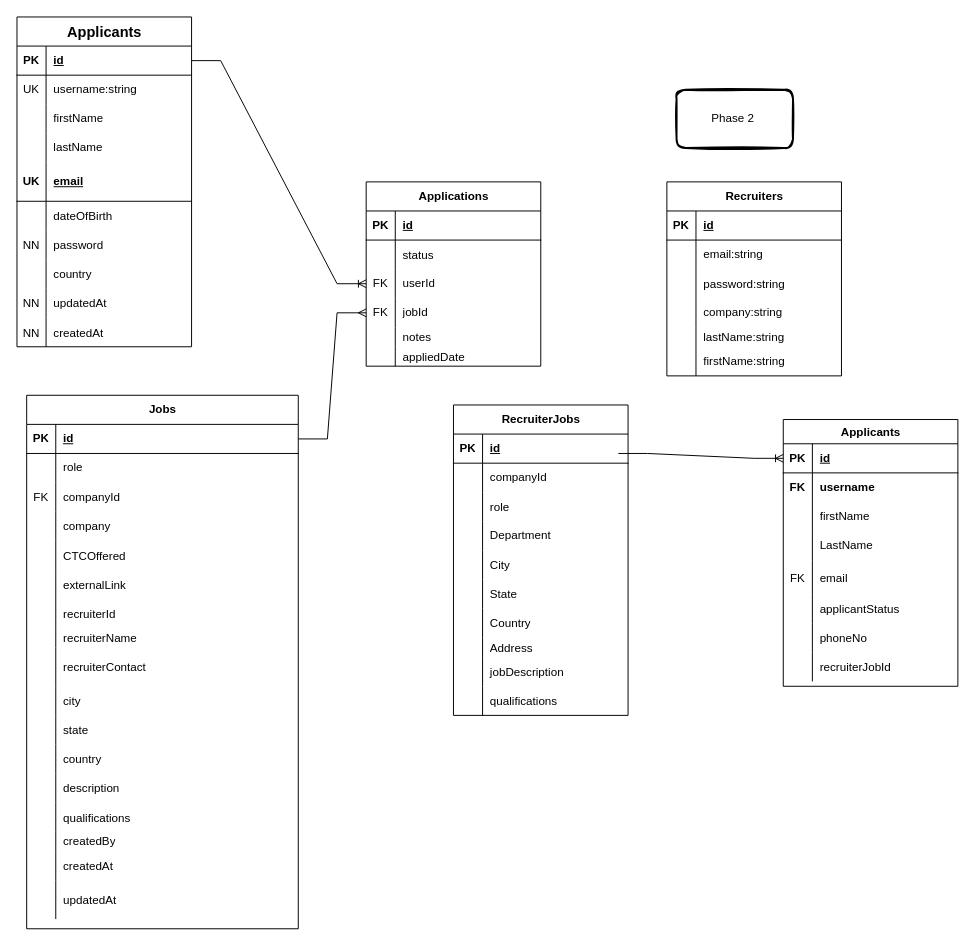
Before: CandidateERDiagram.drawio in reynadess/job-application-tracker, a draw.io diagram. Source tidied: cells renumbered, new cells numbered last; positions are measured from the earlier drawing's top-left corner, leaving out a move shared by most shapes. Both pictures are drawn from the tidied source at 97%, with x=0, y=0 at pixel (16, 16).
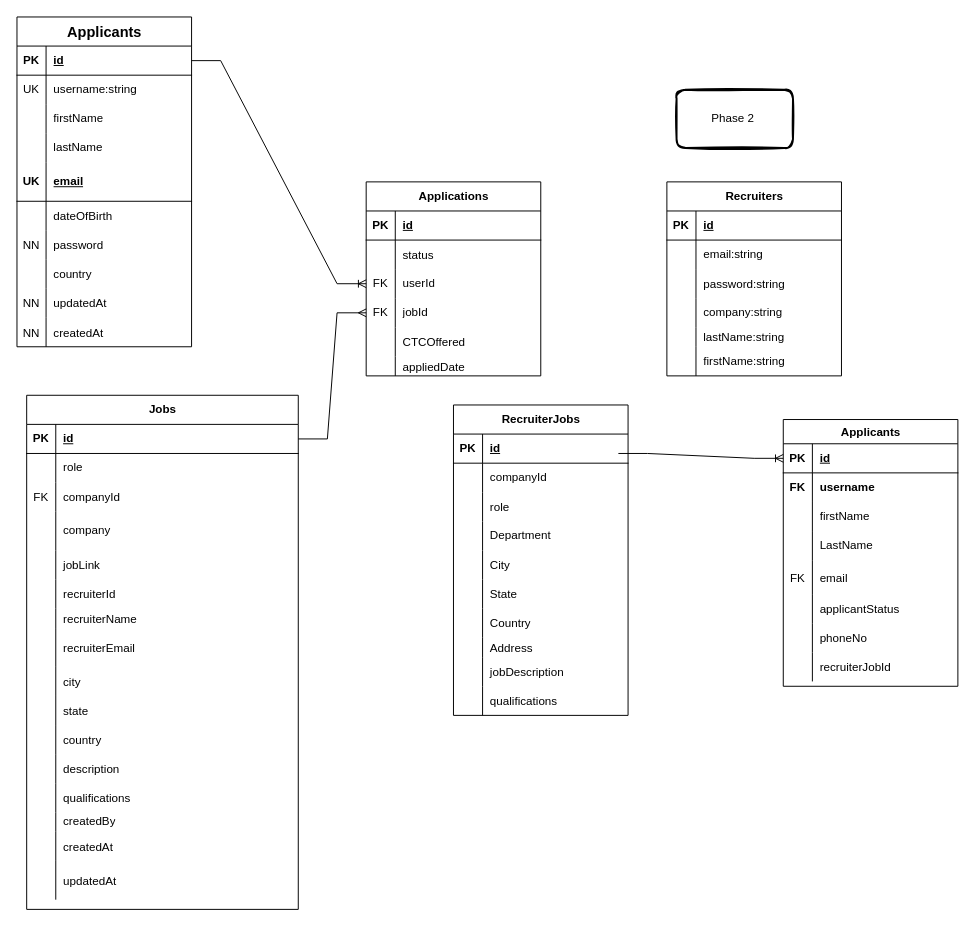
Above is the later version.

The edit, as a diff of the source:
```diff
@@
     <mxCell id="27" value="Jobs" style="shape=table;startSize=30;childLayout=tableLayout;rowLines=0;fontStyle=1;align=center;html=1;" parent="1" vertex="1">
-      <mxGeometry x="10" y="390" width="280" height="550" as="geometry" />
+      <mxGeometry x="10" y="390" width="280" height="530" as="geometry" />
     </mxCell>
@@
     <mxCell id="37" style="shape=tableRow;horizontal=0;startSize=0;swimlaneHead=0;swimlaneBody=0;fillColor=none;top=0;left=0;right=0;bottom=0;" parent="27" vertex="1">
-      <mxGeometry y="120" width="280" height="30" as="geometry" />
+      <mxGeometry y="120" width="280" height="40" as="geometry" />
     </mxCell>
     <mxCell id="38" style="shape=partialRectangle;fillColor=none;top=0;left=0;bottom=0;right=0;overflow=hidden;whiteSpace=wrap;html=1;" parent="37" vertex="1">
-      <mxGeometry width="30" height="30" as="geometry" />
+      <mxGeometry width="30" height="40" as="geometry" />
     </mxCell>
     <mxCell id="39" value="company" style="shape=partialRectangle;fillColor=none;top=0;left=0;bottom=0;right=0;align=left;spacingLeft=6;overflow=hidden;whiteSpace=wrap;html=1;" parent="37" vertex="1">
-      <mxGeometry x="30" width="250" height="30" as="geometry" />
+      <mxGeometry x="30" width="250" height="40" as="geometry" />
     </mxCell>
-    <mxCell id="40" style="shape=tableRow;horizontal=0;startSize=0;swimlaneHead=0;swimlaneBody=0;fillColor=none;top=0;left=0;right=0;bottom=0;" parent="27" vertex="1">
-      <mxGeometry y="150" width="280" height="30" as="geometry" />
-    </mxCell>
-    <mxCell id="41" style="shape=partialRectangle;fillColor=none;top=0;left=0;bottom=0;right=0;overflow=hidden;" parent="40" vertex="1">
-      <mxGeometry width="30" height="30" as="geometry" />
-    </mxCell>
-    <mxCell id="42" value="CTCOffered" style="shape=partialRectangle;fillColor=none;top=0;left=0;bottom=0;right=0;align=left;spacingLeft=6;overflow=hidden;" parent="40" vertex="1">
-      <mxGeometry x="30" width="250" height="30" as="geometry" />
-    </mxCell>
     <mxCell id="43" style="shape=tableRow;horizontal=0;startSize=0;swimlaneHead=0;swimlaneBody=0;fillColor=none;top=0;left=0;right=0;bottom=0;" parent="27" vertex="1">
-      <mxGeometry y="180" width="280" height="30" as="geometry" />
+      <mxGeometry y="160" width="280" height="30" as="geometry" />
     </mxCell>
@@
-    <mxCell id="45" value="externalLink" style="shape=partialRectangle;fillColor=none;top=0;left=0;bottom=0;right=0;align=left;spacingLeft=6;overflow=hidden;" parent="43" vertex="1">
+    <mxCell id="45" value="jobLink" style="shape=partialRectangle;fillColor=none;top=0;left=0;bottom=0;right=0;align=left;spacingLeft=6;overflow=hidden;" parent="43" vertex="1">
       <mxGeometry x="30" width="250" height="30" as="geometry" />
     </mxCell>
     <mxCell id="46" style="shape=tableRow;horizontal=0;startSize=0;swimlaneHead=0;swimlaneBody=0;fillColor=none;top=0;left=0;right=0;bottom=0;" parent="27" vertex="1">
-      <mxGeometry y="210" width="280" height="30" as="geometry" />
+      <mxGeometry y="190" width="280" height="30" as="geometry" />
     </mxCell>
@@
     <mxCell id="49" style="shape=tableRow;horizontal=0;startSize=0;swimlaneHead=0;swimlaneBody=0;fillColor=none;top=0;left=0;right=0;bottom=0;" parent="27" vertex="1">
-      <mxGeometry y="240" width="280" height="20" as="geometry" />
+      <mxGeometry y="220" width="280" height="20" as="geometry" />
     </mxCell>
@@
     <mxCell id="52" style="shape=tableRow;horizontal=0;startSize=0;swimlaneHead=0;swimlaneBody=0;fillColor=none;top=0;left=0;right=0;bottom=0;" parent="27" vertex="1">
-      <mxGeometry y="260" width="280" height="40" as="geometry" />
+      <mxGeometry y="240" width="280" height="40" as="geometry" />
     </mxCell>
@@
-    <mxCell id="54" value="recruiterContact" style="shape=partialRectangle;fillColor=none;top=0;left=0;bottom=0;right=0;align=left;spacingLeft=6;overflow=hidden;" parent="52" vertex="1">
+    <mxCell id="54" value="recruiterEmail" style="shape=partialRectangle;fillColor=none;top=0;left=0;bottom=0;right=0;align=left;spacingLeft=6;overflow=hidden;" parent="52" vertex="1">
       <mxGeometry x="30" width="250" height="40" as="geometry" />
     </mxCell>
     <mxCell id="55" style="shape=tableRow;horizontal=0;startSize=0;swimlaneHead=0;swimlaneBody=0;fillColor=none;top=0;left=0;right=0;bottom=0;" parent="27" vertex="1">
-      <mxGeometry y="300" width="280" height="30" as="geometry" />
+      <mxGeometry y="280" width="280" height="30" as="geometry" />
     </mxCell>
@@
     <mxCell id="58" style="shape=tableRow;horizontal=0;startSize=0;swimlaneHead=0;swimlaneBody=0;fillColor=none;top=0;left=0;right=0;bottom=0;" parent="27" vertex="1">
-      <mxGeometry y="330" width="280" height="30" as="geometry" />
+      <mxGeometry y="310" width="280" height="30" as="geometry" />
     </mxCell>
@@
     <mxCell id="61" style="shape=tableRow;horizontal=0;startSize=0;swimlaneHead=0;swimlaneBody=0;fillColor=none;top=0;left=0;right=0;bottom=0;" parent="27" vertex="1">
-      <mxGeometry y="360" width="280" height="30" as="geometry" />
+      <mxGeometry y="340" width="280" height="30" as="geometry" />
     </mxCell>
@@
     <mxCell id="64" style="shape=tableRow;horizontal=0;startSize=0;swimlaneHead=0;swimlaneBody=0;fillColor=none;top=0;left=0;right=0;bottom=0;" parent="27" vertex="1">
-      <mxGeometry y="390" width="280" height="30" as="geometry" />
+      <mxGeometry y="370" width="280" height="30" as="geometry" />
     </mxCell>
@@
     <mxCell id="67" style="shape=tableRow;horizontal=0;startSize=0;swimlaneHead=0;swimlaneBody=0;fillColor=none;top=0;left=0;right=0;bottom=0;" parent="27" vertex="1">
-      <mxGeometry y="420" width="280" height="30" as="geometry" />
+      <mxGeometry y="400" width="280" height="30" as="geometry" />
     </mxCell>
@@
     <mxCell id="70" style="shape=tableRow;horizontal=0;startSize=0;swimlaneHead=0;swimlaneBody=0;fillColor=none;top=0;left=0;right=0;bottom=0;" parent="27" vertex="1">
-      <mxGeometry y="450" width="280" height="20" as="geometry" />
+      <mxGeometry y="430" width="280" height="20" as="geometry" />
     </mxCell>
@@
     <mxCell id="73" style="shape=tableRow;horizontal=0;startSize=0;swimlaneHead=0;swimlaneBody=0;fillColor=none;top=0;left=0;right=0;bottom=0;" parent="27" vertex="1">
-      <mxGeometry y="470" width="280" height="30" as="geometry" />
+      <mxGeometry y="450" width="280" height="30" as="geometry" />
     </mxCell>
@@
     <mxCell id="76" style="shape=tableRow;horizontal=0;startSize=0;swimlaneHead=0;swimlaneBody=0;fillColor=none;top=0;left=0;right=0;bottom=0;" parent="27" vertex="1">
-      <mxGeometry y="500" width="280" height="40" as="geometry" />
+      <mxGeometry y="480" width="280" height="40" as="geometry" />
     </mxCell>
@@
     <mxCell id="163" value="Applications" style="shape=table;startSize=30;childLayout=tableLayout;rowLines=0;fontStyle=1;align=center;html=1;" parent="1" vertex="1">
-      <mxGeometry x="360" y="170" width="180" height="190" as="geometry" />
+      <mxGeometry x="360" y="170" width="180" height="200" as="geometry" />
     </mxCell>
@@
-    <mxCell id="176" style="shape=tableRow;horizontal=0;startSize=0;swimlaneHead=0;swimlaneBody=0;fillColor=none;top=0;left=0;right=0;bottom=0;" parent="163" vertex="1">
-      <mxGeometry y="150" width="180" height="20" as="geometry" />
-    </mxCell>
-    <mxCell id="177" style="shape=partialRectangle;fillColor=none;top=0;left=0;bottom=0;right=0;overflow=hidden;" parent="176" vertex="1">
-      <mxGeometry width="30" height="20" as="geometry" />
-    </mxCell>
-    <mxCell id="178" value="notes" style="shape=partialRectangle;fillColor=none;top=0;left=0;bottom=0;right=0;align=left;spacingLeft=6;overflow=hidden;" parent="176" vertex="1">
-      <mxGeometry x="30" width="150" height="20" as="geometry" />
-    </mxCell>
+    <mxCell id="40" style="shape=tableRow;horizontal=0;startSize=0;swimlaneHead=0;swimlaneBody=0;fillColor=none;top=0;left=0;right=0;bottom=0;" parent="163" vertex="1">
+      <mxGeometry y="150" width="180" height="30" as="geometry" />
+    </mxCell>
+    <mxCell id="41" style="shape=partialRectangle;fillColor=none;top=0;left=0;bottom=0;right=0;overflow=hidden;" parent="40" vertex="1">
+      <mxGeometry width="30" height="30" as="geometry" />
+    </mxCell>
+    <mxCell id="42" value="CTCOffered" style="shape=partialRectangle;fillColor=none;top=0;left=0;bottom=0;right=0;align=left;spacingLeft=6;overflow=hidden;" parent="40" vertex="1">
+      <mxGeometry x="30" width="150" height="30" as="geometry" />
+    </mxCell>
     <mxCell id="179" style="shape=tableRow;horizontal=0;startSize=0;swimlaneHead=0;swimlaneBody=0;fillColor=none;top=0;left=0;right=0;bottom=0;" parent="163" vertex="1">
-      <mxGeometry y="170" width="180" height="20" as="geometry" />
+      <mxGeometry y="180" width="180" height="20" as="geometry" />
     </mxCell>
```
